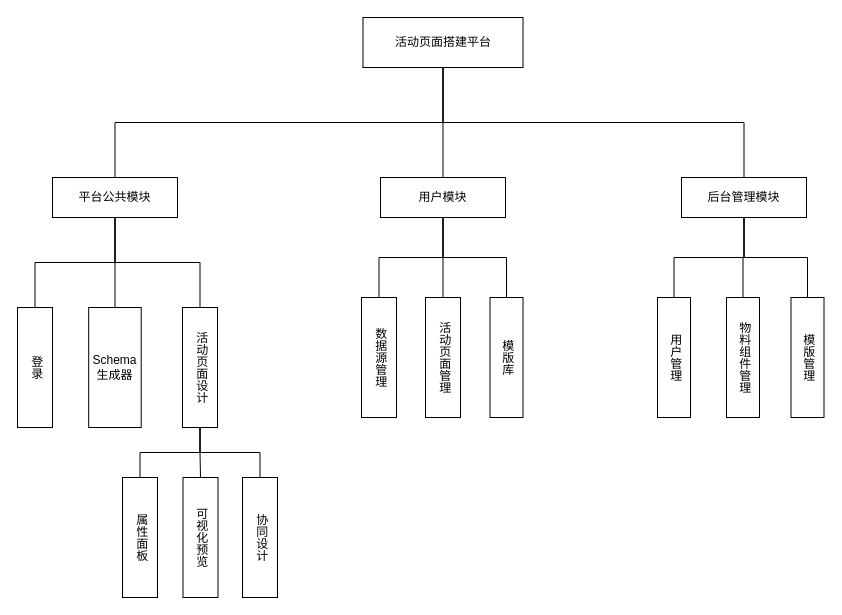
Before: 整体框图.drawio in yuxinyu12345/diagrams, a draw.io diagram. Source tidied: cells renumbered, new cells numbered last; positions are measured from the earlier drawing's top-left corner, leaving out a move shared by most shapes. Both pictures are drawn from the tidied source at 100%, with x=0, y=0 at pixel (17, 17).
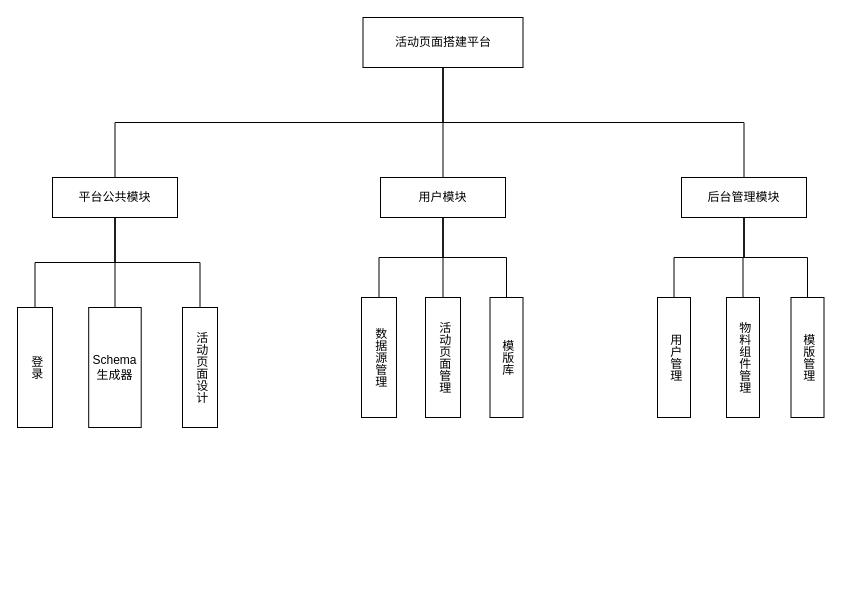
Above is the later version.

Commit message:
更新整体框图.drawio

Unchanged cells that the change refers to:
```xml
<mxCell id="24" value="活动页面设计" style="rounded=0;whiteSpace=wrap;html=1;verticalAlign=middle;align=center;labelPosition=center;verticalLabelPosition=middle;textDirection=vertical-rl;" parent="1" vertex="1">
  <mxGeometry x="165" y="290" width="35" height="120" as="geometry" />
</mxCell>
```

Change to the diagram source:
```diff
@@
-    <mxCell id="21" style="edgeStyle=orthogonalEdgeStyle;rounded=0;jettySize=auto;html=1;exitX=0.5;exitY=1;exitDx=0;exitDy=0;entryX=0.5;entryY=0;entryDx=0;entryDy=0;endArrow=none;endFill=0;" parent="1" edge="1" source="24" target="29">
-      <mxGeometry relative="1" as="geometry" />
-    </mxCell>
-    <mxCell id="22" style="edgeStyle=orthogonalEdgeStyle;rounded=0;jettySize=auto;html=1;exitX=0.5;exitY=1;exitDx=0;exitDy=0;entryX=0.5;entryY=0;entryDx=0;entryDy=0;endArrow=none;endFill=0;" parent="1" edge="1" source="24" target="30">
-      <mxGeometry relative="1" as="geometry" />
-    </mxCell>
-    <mxCell id="23" style="edgeStyle=orthogonalEdgeStyle;rounded=0;jettySize=auto;html=1;exitX=0.5;exitY=1;exitDx=0;exitDy=0;entryX=0.5;entryY=0;entryDx=0;entryDy=0;endArrow=none;endFill=0;" parent="1" edge="1" source="24" target="31">
-      <mxGeometry relative="1" as="geometry" />
-    </mxCell>
@@
-    <mxCell id="29" value="属性面板" style="rounded=0;whiteSpace=wrap;html=1;verticalAlign=middle;align=center;labelPosition=center;verticalLabelPosition=middle;textDirection=vertical-rl;" parent="1" vertex="1">
-      <mxGeometry x="105" y="460" width="35" height="120" as="geometry" />
-    </mxCell>
-    <mxCell id="30" value="可视化预览" style="rounded=0;whiteSpace=wrap;html=1;verticalAlign=middle;align=center;labelPosition=center;verticalLabelPosition=middle;textDirection=vertical-rl;" parent="1" vertex="1">
-      <mxGeometry x="165.5" y="460" width="35" height="120" as="geometry" />
-    </mxCell>
-    <mxCell id="31" value="协同设计" style="rounded=0;whiteSpace=wrap;html=1;verticalAlign=middle;align=center;labelPosition=center;verticalLabelPosition=middle;textDirection=vertical-rl;" parent="1" vertex="1">
-      <mxGeometry x="225" y="460" width="35" height="120" as="geometry" />
-    </mxCell>
```
